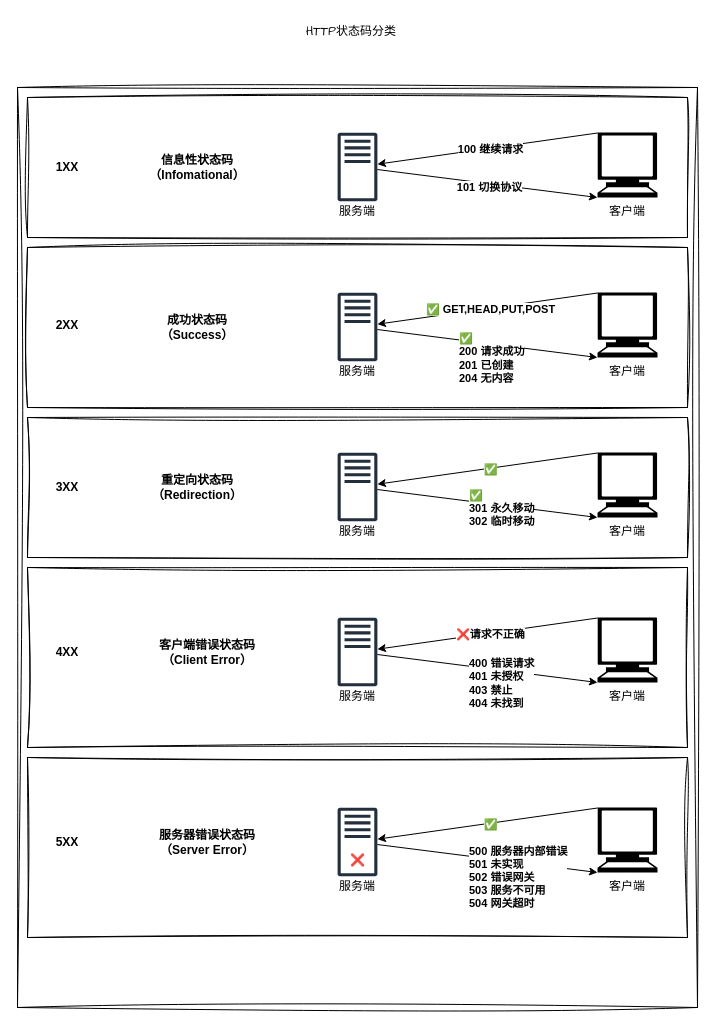
Rodert/javapub_oss keeps this draw.io diagram as image-text/HTTP状态码分类.drawio. Above is the earlier version. Source tidied: cells renumbered, new cells numbered last; positions are measured from the earlier drawing's top-left corner, leaving out a move shared by most shapes. Both pictures are drawn from the tidied source at 100%, with x=0, y=0 at pixel (17, 17).
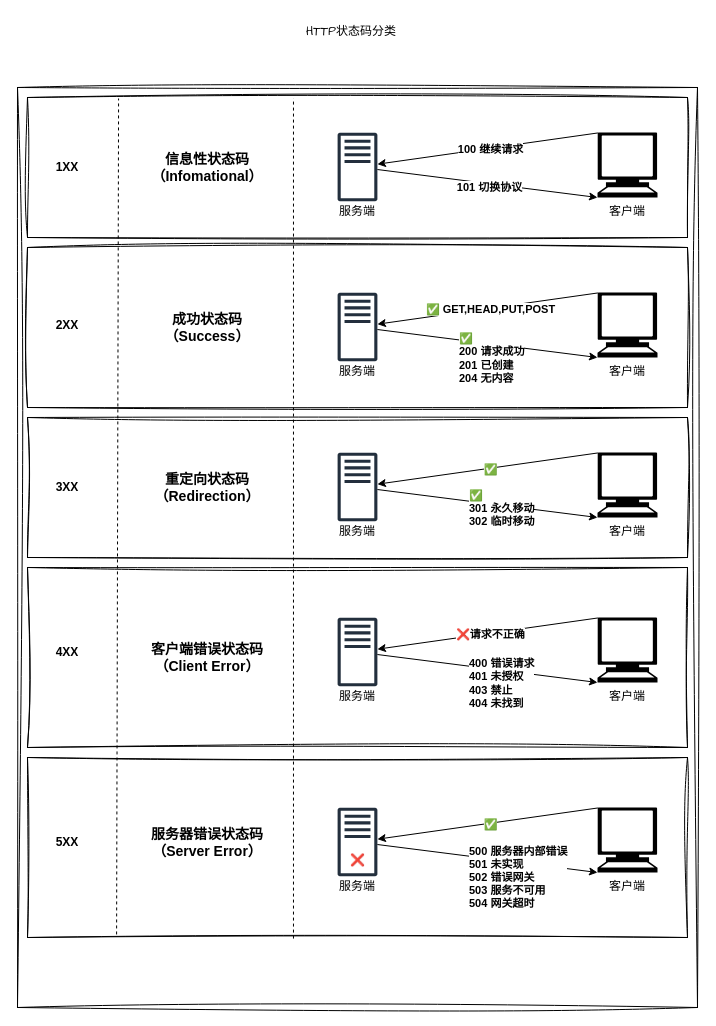
The same diagram, later.

Commit message (it also covers changes not shown here):
更新HTTP状态码分类.drawio

Unchanged cells that the change refers to:
```xml
<mxCell id="7" style="rounded=0;whiteSpace=wrap;html=1;sketch=1;hachureGap=4;jiggle=2;curveFitting=1;fontFamily=Architects Daughter;" parent="1" vertex="1">
  <mxGeometry x="10" y="80" width="660" height="140" as="geometry" />
</mxCell>
<mxCell id="51" style="rounded=0;whiteSpace=wrap;html=1;sketch=1;hachureGap=4;jiggle=2;curveFitting=1;fontFamily=Architects Daughter;" parent="1" vertex="1">
  <mxGeometry x="10" y="740" width="660" height="180" as="geometry" />
</mxCell>
```

The edit, as a diff of the source:
```diff
@@
-    <mxCell id="9" value="信息性状态码&lt;div&gt;（Infomational）&lt;/div&gt;" style="text;html=1;align=center;verticalAlign=middle;whiteSpace=wrap;rounded=0;fontFamily=Helvetica;fontStyle=1;" parent="1" vertex="1">
-      <mxGeometry x="140" y="135" width="80" height="30" as="geometry" />
+    <mxCell id="9" value="信息性状态码&lt;div style=&quot;font-size: 14px;&quot;&gt;（Infomational）&lt;/div&gt;" style="text;html=1;align=center;verticalAlign=middle;whiteSpace=wrap;rounded=0;fontFamily=Helvetica;fontStyle=1;fontSize=14;" parent="1" vertex="1">
+      <mxGeometry x="140" y="135" width="100" height="30" as="geometry" />
     </mxCell>
@@
-    <mxCell id="20" value="成功状态码&lt;div&gt;（Success）&lt;/div&gt;" style="text;html=1;align=center;verticalAlign=middle;whiteSpace=wrap;rounded=0;fontFamily=Helvetica;fontStyle=1;" parent="1" vertex="1">
-      <mxGeometry x="140" y="295" width="80" height="30" as="geometry" />
+    <mxCell id="20" value="成功状态码&lt;div style=&quot;font-size: 14px;&quot;&gt;（Success）&lt;/div&gt;" style="text;html=1;align=center;verticalAlign=middle;whiteSpace=wrap;rounded=0;fontFamily=Helvetica;fontStyle=1;fontSize=14;" parent="1" vertex="1">
+      <mxGeometry x="145" y="295" width="90" height="30" as="geometry" />
     </mxCell>
@@
-    <mxCell id="31" value="重定向状态码&lt;div&gt;（Redirection）&lt;/div&gt;" style="text;html=1;align=center;verticalAlign=middle;whiteSpace=wrap;rounded=0;fontFamily=Helvetica;fontStyle=1;" parent="1" vertex="1">
-      <mxGeometry x="140" y="455" width="80" height="30" as="geometry" />
+    <mxCell id="31" value="重定向状态码&lt;div style=&quot;font-size: 14px;&quot;&gt;（Redirection）&lt;/div&gt;" style="text;html=1;align=center;verticalAlign=middle;whiteSpace=wrap;rounded=0;fontFamily=Helvetica;fontStyle=1;fontSize=14;" parent="1" vertex="1">
+      <mxGeometry x="145" y="455" width="90" height="30" as="geometry" />
     </mxCell>
@@
-    <mxCell id="42" value="客户端错误状态码&lt;div&gt;（Client Error）&lt;/div&gt;" style="text;html=1;align=center;verticalAlign=middle;whiteSpace=wrap;rounded=0;fontFamily=Helvetica;fontStyle=1;" parent="1" vertex="1">
-      <mxGeometry x="140" y="620" width="100" height="30" as="geometry" />
+    <mxCell id="42" value="客户端错误状态码&lt;div style=&quot;font-size: 14px;&quot;&gt;（Client Error）&lt;/div&gt;" style="text;html=1;align=center;verticalAlign=middle;whiteSpace=wrap;rounded=0;fontFamily=Helvetica;fontStyle=1;fontSize=14;" parent="1" vertex="1">
+      <mxGeometry x="130" y="625" width="120" height="30" as="geometry" />
     </mxCell>
@@
-    <mxCell id="53" value="服务器错误状态码&lt;div&gt;（Server Error）&lt;/div&gt;" style="text;html=1;align=center;verticalAlign=middle;whiteSpace=wrap;rounded=0;fontFamily=Helvetica;fontStyle=1;" parent="1" vertex="1">
-      <mxGeometry x="140" y="810" width="100" height="30" as="geometry" />
+    <mxCell id="53" value="服务器错误状态码&lt;div style=&quot;font-size: 14px;&quot;&gt;（Server Error）&lt;/div&gt;" style="text;html=1;align=center;verticalAlign=middle;whiteSpace=wrap;rounded=0;fontFamily=Helvetica;fontStyle=1;fontSize=14;" parent="1" vertex="1">
+      <mxGeometry x="130" y="810" width="120" height="30" as="geometry" />
     </mxCell>
@@
+    <mxCell id="63" style="endArrow=none;html=1;rounded=0;hachureGap=4;fontFamily=Architects Daughter;entryX=0.138;entryY=0.007;entryDx=0;entryDy=0;entryPerimeter=0;exitX=0.135;exitY=0.983;exitDx=0;exitDy=0;exitPerimeter=0;flowAnimation=0;dashed=1;" parent="1" edge="1" source="51" target="7">
+      <mxGeometry relative="1" as="geometry" />
+    </mxCell>
+    <mxCell id="64" style="endArrow=none;html=1;rounded=0;hachureGap=4;fontFamily=Architects Daughter;entryX=0.403;entryY=0.007;entryDx=0;entryDy=0;entryPerimeter=0;exitX=0.403;exitY=1.006;exitDx=0;exitDy=0;exitPerimeter=0;flowAnimation=0;dashed=1;" parent="1" edge="1" source="51" target="7">
+      <mxGeometry relative="1" as="geometry" />
+    </mxCell>
```
